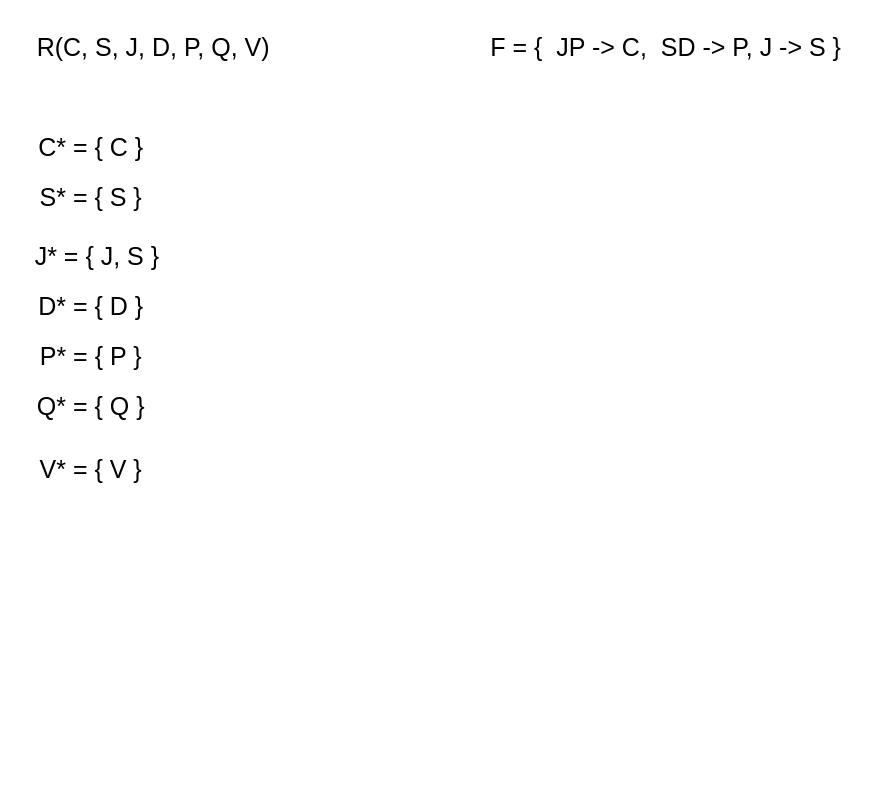
Above: relationalmode_3.drawio in brito-bernardo/database-modeling (draw.io), before the change. Source tidied: cells renumbered, new cells numbered last; positions are measured from the earlier drawing's top-left corner, leaving out a move shared by most shapes. Both pictures are drawn from the tidied source at 125%, with x=0, y=0 at pixel (21, 21).
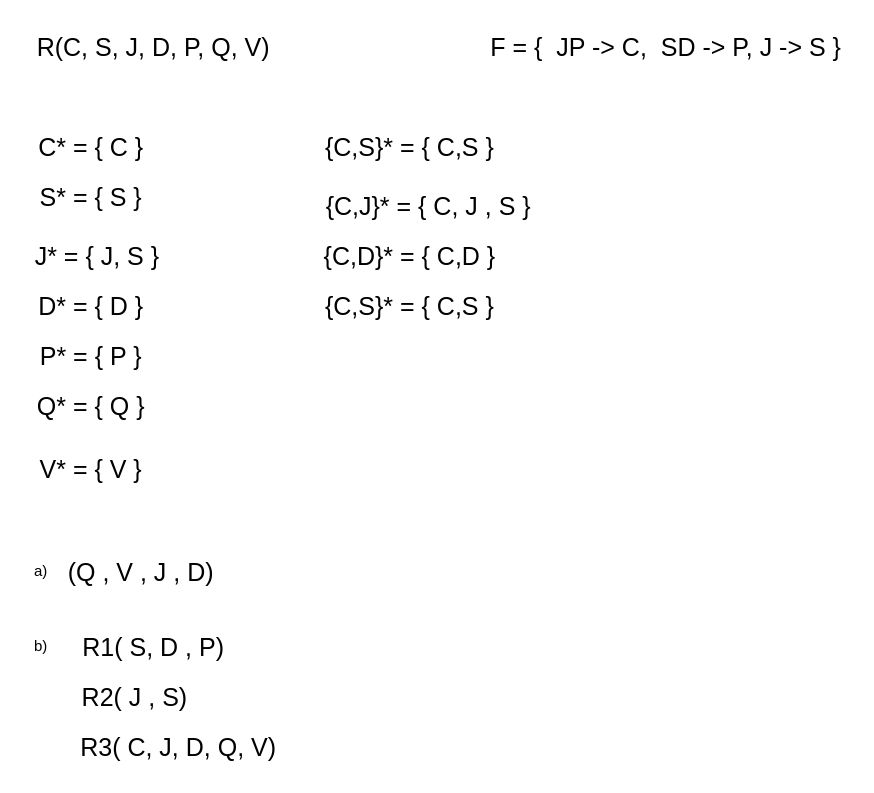
The same page after the edit.

The edit, as a diff of the source:
```diff
@@
+    <mxCell id="11" value="{C,S}* = { C,S }" style="text;html=1;align=center;verticalAlign=middle;strokeColor=none;fillColor=none;fontSize=20;" parent="1" vertex="1">
+      <mxGeometry x="230" y="80" width="160" height="40" as="geometry" />
+    </mxCell>
+    <mxCell id="12" value="{C,J}* = { C, J , S }" style="text;html=1;align=center;verticalAlign=middle;strokeColor=none;fillColor=none;fontSize=20;" parent="1" vertex="1">
+      <mxGeometry x="230" y="127" width="190" height="40" as="geometry" />
+    </mxCell>
+    <mxCell id="13" value="{C,D}* = { C,D }" style="text;html=1;align=center;verticalAlign=middle;strokeColor=none;fillColor=none;fontSize=20;" parent="1" vertex="1">
+      <mxGeometry x="230" y="167" width="160" height="40" as="geometry" />
+    </mxCell>
+    <mxCell id="14" value="{C,S}* = { C,S }" style="text;html=1;align=center;verticalAlign=middle;strokeColor=none;fillColor=none;fontSize=20;" parent="1" vertex="1">
+      <mxGeometry x="230" y="207" width="160" height="40" as="geometry" />
+    </mxCell>
+    <mxCell id="15" value="a)" style="text;html=1;align=center;verticalAlign=middle;strokeColor=none;fillColor=none;" parent="1" vertex="1">
+      <mxGeometry y="425" width="30" height="30" as="geometry" />
+    </mxCell>
+    <mxCell id="16" value="(Q , V , J , D)" style="text;html=1;align=center;verticalAlign=middle;strokeColor=none;fillColor=none;fontSize=20;" parent="1" vertex="1">
+      <mxGeometry x="25" y="420" width="140" height="40" as="geometry" />
+    </mxCell>
+    <mxCell id="17" value="b)" style="text;html=1;align=center;verticalAlign=middle;strokeColor=none;fillColor=none;" parent="1" vertex="1">
+      <mxGeometry y="485" width="30" height="30" as="geometry" />
+    </mxCell>
+    <mxCell id="18" value="R1( S, D , P)" style="text;html=1;align=center;verticalAlign=middle;strokeColor=none;fillColor=none;fontSize=20;" parent="1" vertex="1">
+      <mxGeometry x="35" y="480" width="140" height="40" as="geometry" />
+    </mxCell>
+    <mxCell id="19" value="R2( J , S)" style="text;html=1;align=center;verticalAlign=middle;strokeColor=none;fillColor=none;fontSize=20;" parent="1" vertex="1">
+      <mxGeometry x="35" y="520" width="110" height="40" as="geometry" />
+    </mxCell>
+    <mxCell id="20" value="R3( C, J, D, Q, V)" style="text;html=1;align=center;verticalAlign=middle;strokeColor=none;fillColor=none;fontSize=20;" parent="1" vertex="1">
+      <mxGeometry x="35" y="560" width="180" height="40" as="geometry" />
+    </mxCell>
```
